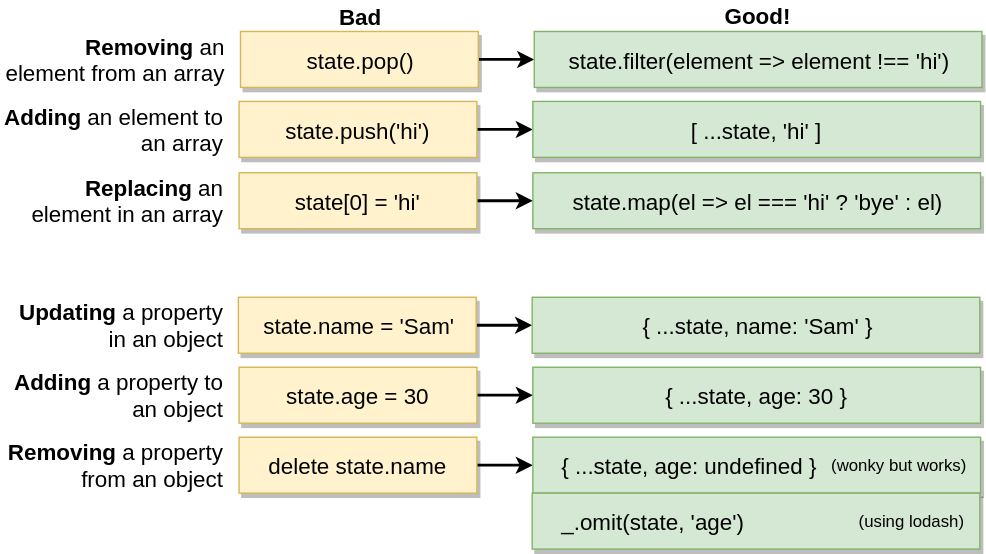
Above: diagrams/reducers-how-to-avoid-mutating-state.svg in serodriguez68/react-cheatsheet-udemy-2019 (draw.io), before the change. Source tidied: cells renumbered, new cells last; positions are measured from the earlier drawing's top-left corner, leaving out a move shared by most shapes.
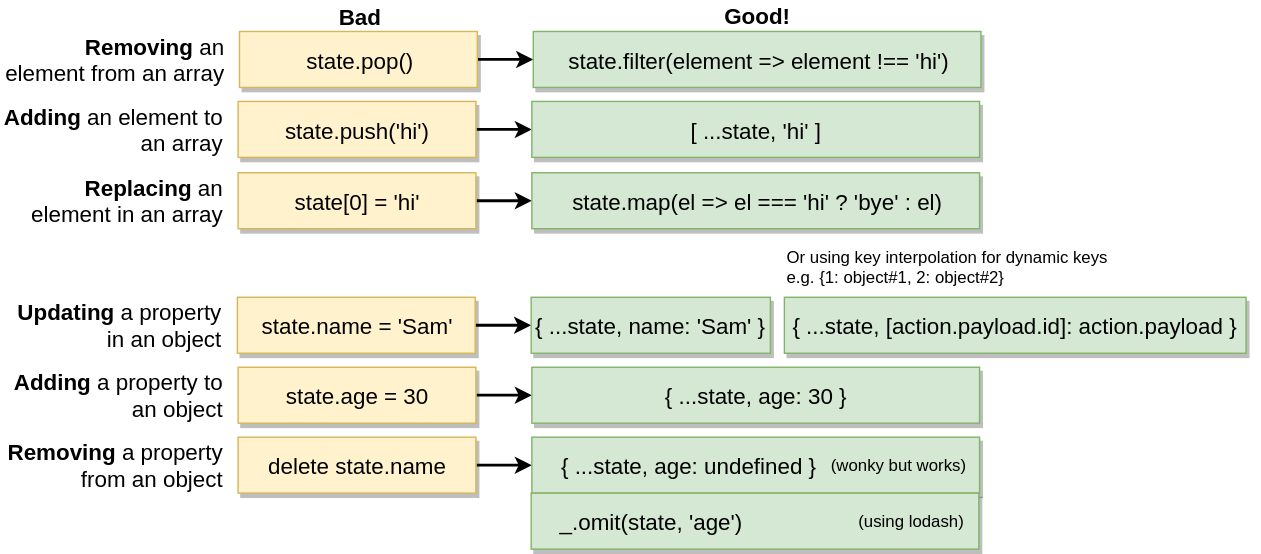
The same diagram one commit later.

Commit message:
Add key interpolation

The edit, as a diff of the source:
```diff
@@ -51,7 +51,7 @@
       <mxGeometry x="168.5" y="212" width="170" height="40" as="geometry" />
     </mxCell>
     <mxCell id="18" value="{ ...state, name: 'Sam' }" style="rounded=0;whiteSpace=wrap;html=1;fontSize=16;shadow=1;fillColor=#d5e8d4;strokeColor=#82b366;" parent="1" vertex="1">
-      <mxGeometry x="378.5" y="212" width="320" height="40" as="geometry" />
+      <mxGeometry x="378.5" y="212" width="171" height="40" as="geometry" />
     </mxCell>
     <mxCell id="19" value="&lt;b&gt;Updating&lt;/b&gt;&amp;nbsp;a property in an object" style="text;html=1;strokeColor=none;fillColor=none;align=right;verticalAlign=middle;whiteSpace=wrap;rounded=0;shadow=1;fontSize=16;" parent="1" vertex="1">
       <mxGeometry x="-0.5" y="222" width="160" height="20" as="geometry" />
@@ -89,5 +89,11 @@
     <mxCell id="30" value="(wonky but works)" style="text;html=1;strokeColor=none;fillColor=none;align=center;verticalAlign=middle;whiteSpace=wrap;rounded=0;" parent="1" vertex="1">
       <mxGeometry x="590" y="322" width="100" height="20" as="geometry" />
     </mxCell>
+    <mxCell id="31" value="{ ...state, [action.payload.id]: action.payload }" style="rounded=0;whiteSpace=wrap;html=1;fontSize=16;shadow=1;fillColor=#d5e8d4;strokeColor=#82b366;" parent="1" vertex="1">
+      <mxGeometry x="559.5" y="212" width="330" height="40" as="geometry" />
+    </mxCell>
+    <mxCell id="32" value="Or using key interpolation for dynamic keys &lt;br&gt;e.g. {1: object#1, 2: object#2}" style="text;html=1;strokeColor=none;fillColor=none;align=left;verticalAlign=middle;whiteSpace=wrap;rounded=0;" parent="1" vertex="1">
+      <mxGeometry x="559.5" y="170" width="340" height="40" as="geometry" />
+    </mxCell>
   </root>
 </mxGraphModel>
```
